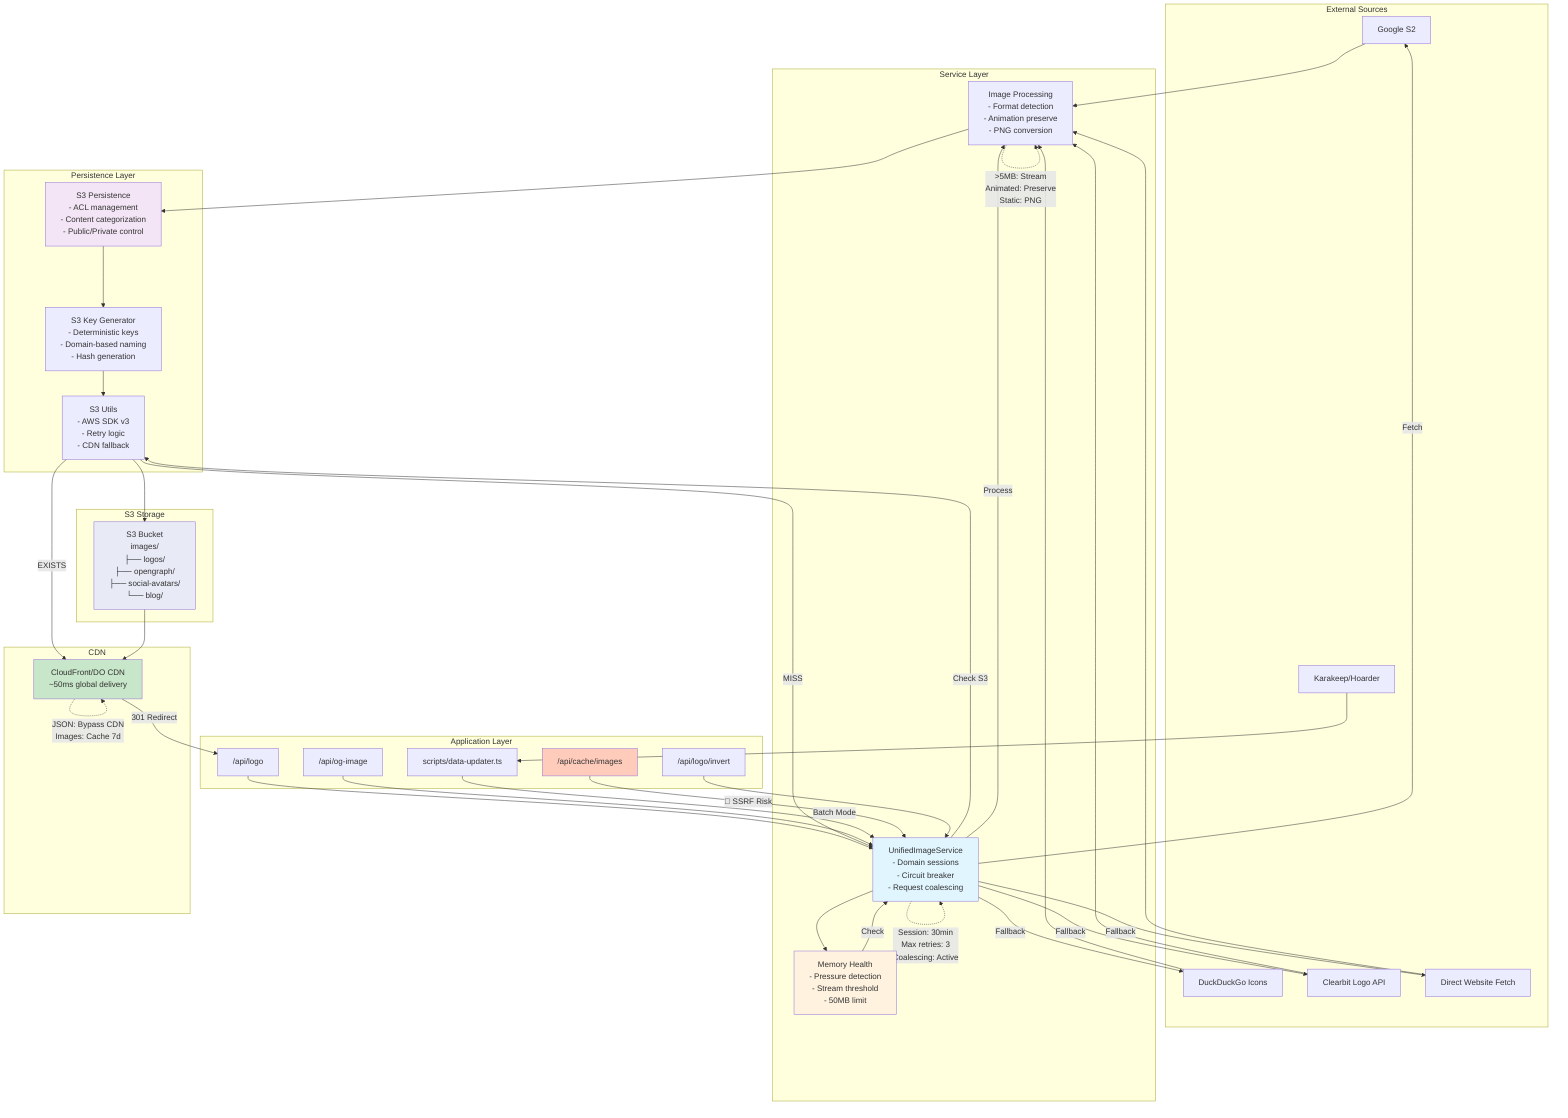
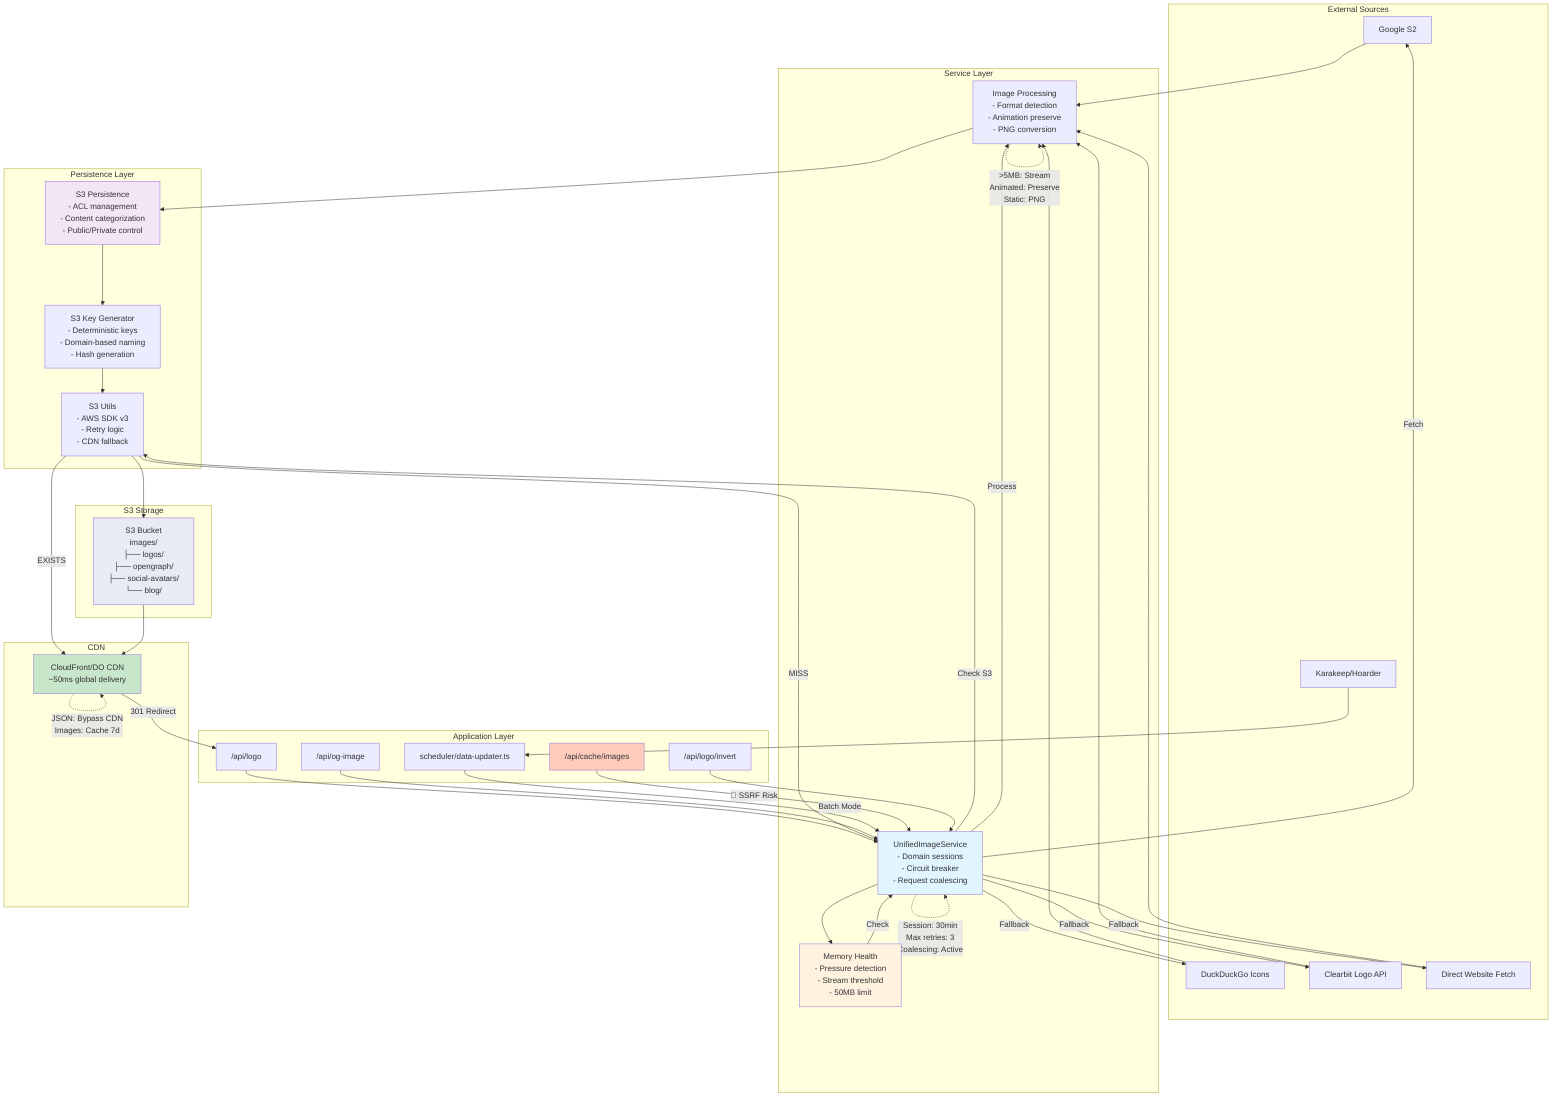
graph TD
    %% External Sources
    subgraph "External Sources"
        Google[Google S2]
        DuckDuckGo[DuckDuckGo Icons]
        Clearbit[Clearbit Logo API]
        Direct[Direct Website Fetch]
        Karakeep[Karakeep/Hoarder]
    end

    %% Application Layer
    subgraph "Application Layer"
        API_Logo["/api/logo"]
        API_OG["/api/og-image"]
        API_Cache["/api/cache/images"]
        API_Invert["/api/logo/invert"]
-         DataUpdater["scripts/data-updater.ts"]
+         DataUpdater["scheduler/data-updater.ts"]
    end

    %% Service Layer
    subgraph "Service Layer"
        UIS[UnifiedImageService<br/>- Domain sessions<br/>- Circuit breaker<br/>- Request coalescing]
        ImageProc[Image Processing<br/>- Format detection<br/>- Animation preserve<br/>- PNG conversion]
        MemHealth[Memory Health<br/>- Pressure detection<br/>- Stream threshold<br/>- 50MB limit]
    end

    %% Persistence Layer
    subgraph "Persistence Layer"
        S3Persist[S3 Persistence<br/>- ACL management<br/>- Content categorization<br/>- Public/Private control]
        S3Utils[S3 Utils<br/>- AWS SDK v3<br/>- Retry logic<br/>- CDN fallback]
        S3KeyGen[S3 Key Generator<br/>- Deterministic keys<br/>- Domain-based naming<br/>- Hash generation]
    end

    %% Storage Layer
    subgraph "S3 Storage"
        Bucket[S3 Bucket<br/>images/<br/>├── logos/<br/>├── opengraph/<br/>├── social-avatars/<br/>└── blog/]
    end

    %% CDN Layer
    subgraph "CDN"
        CloudFront[CloudFront/DO CDN<br/>~50ms global delivery]
    end

    %% Data Flow - Logo Fetch
    API_Logo --> UIS
    UIS --> MemHealth
    MemHealth -->|Check| UIS
    UIS -->|Check S3| S3Utils
    S3Utils -->|EXISTS| CloudFront
    S3Utils -->|MISS| UIS
    UIS -->|Fetch| Google
    UIS -->|Fallback| DuckDuckGo
    UIS -->|Fallback| Clearbit
    UIS -->|Fallback| Direct
    Google --> ImageProc
    DuckDuckGo --> ImageProc
    Clearbit --> ImageProc
    Direct --> ImageProc
    ImageProc --> S3Persist
    S3Persist --> S3KeyGen
    S3KeyGen --> S3Utils
    S3Utils --> Bucket
    Bucket --> CloudFront
    CloudFront -->|301 Redirect| API_Logo

    %% Data Flow - OpenGraph
    API_OG --> UIS
    DataUpdater -->|Batch Mode| UIS
    Karakeep --> DataUpdater

    %% Data Flow - Image Cache
    API_Cache -->|🔴 SSRF Risk| UIS

    %% Data Flow - Logo Invert
    API_Invert --> UIS
    UIS -->|Process| ImageProc

    %% Styling
    style UIS fill:#e1f5fe
    style MemHealth fill:#fff3e0
    style S3Persist fill:#f3e5f5
    style CloudFront fill:#c8e6c9
    style API_Cache fill:#ffccbc
    style Bucket fill:#e8eaf6

    %% Annotations
    UIS -.->|"Session: 30min<br/>Max retries: 3<br/>Coalescing: Active"| UIS
    ImageProc -.->|">5MB: Stream<br/>Animated: Preserve<br/>Static: PNG"| ImageProc
    CloudFront -.->|"JSON: Bypass CDN<br/>Images: Cache 7d"| CloudFront